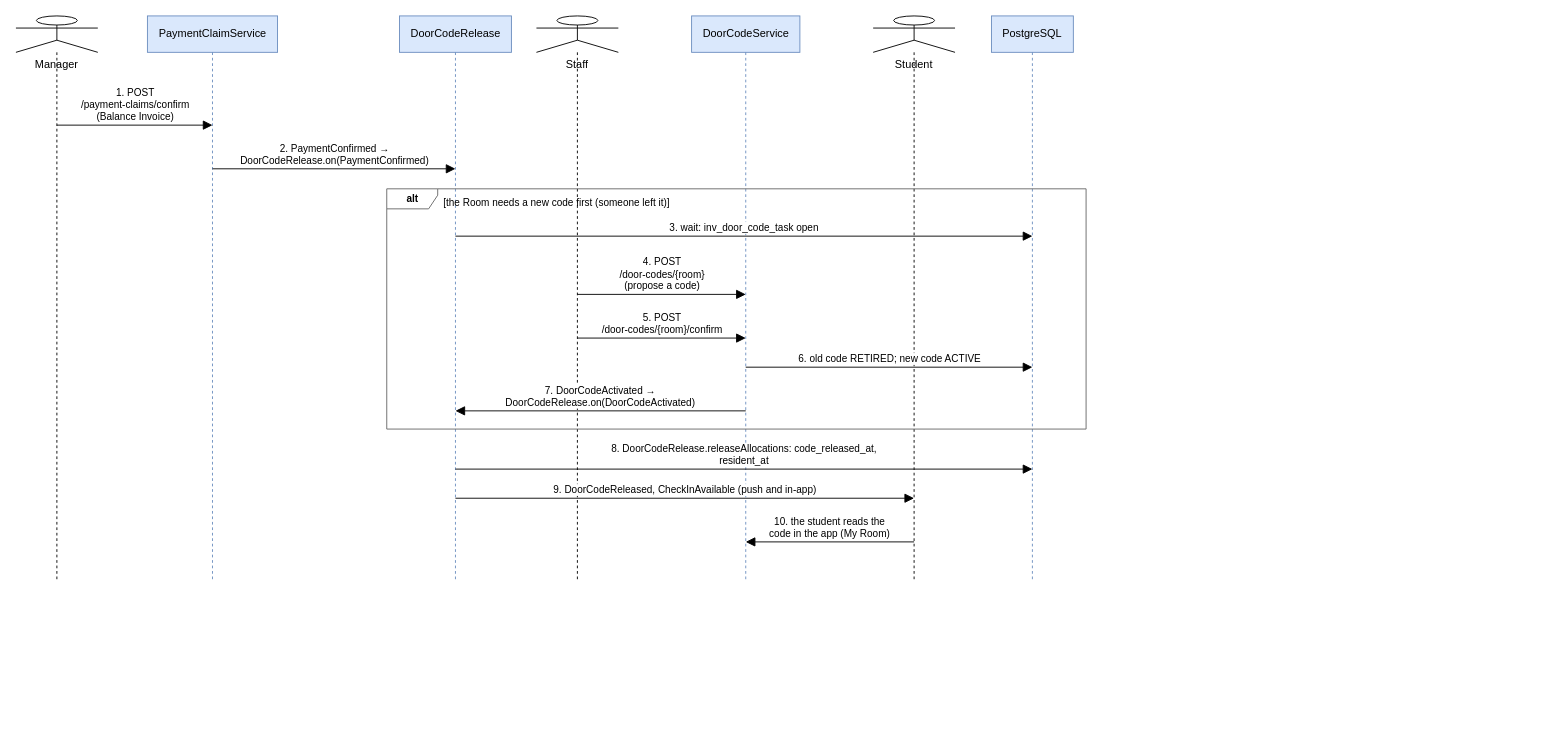
Before: docs/Diagrams/07_Sequence/seq-08-door-code-release.drawio in tisou47/CampusStay-FPT, a draw.io diagram. Source tidied: cells renumbered, new cells numbered last; positions are measured from the earlier drawing's top-left corner, leaving out a move shared by most shapes. Both pictures are drawn from the tidied source at 91%, with x=0, y=0 at pixel (15, 15).
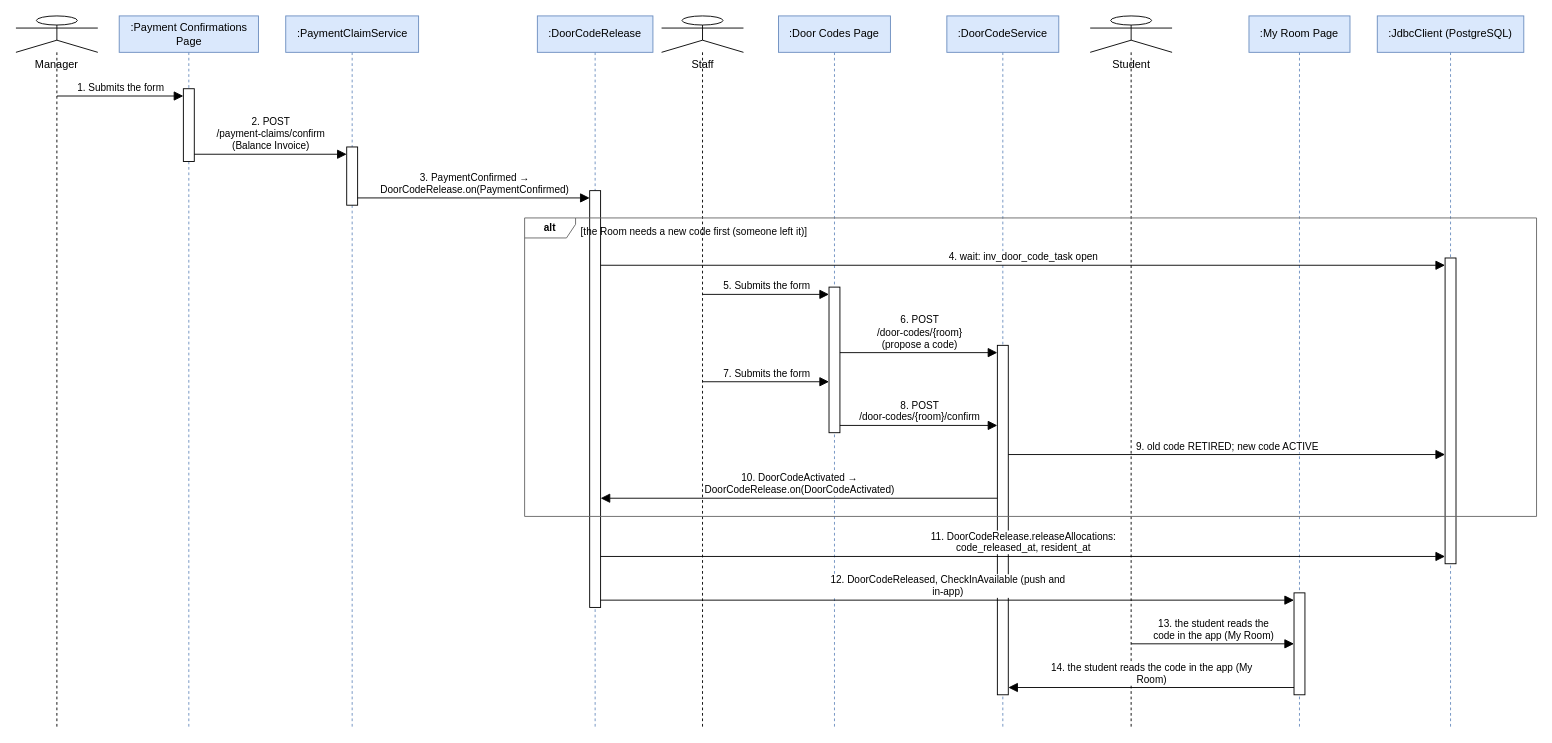
Above is the later version.

Change to the diagram source:
```diff
@@
     <mxCell id="2" value="Manager" style="shape=umlLifeline;participant=umlActor;perimeter=lifelinePerimeter;size=40;verticalAlign=top;spacingTop=40;html=1;whiteSpace=wrap;fontSize=12;fontFamily=Helvetica;" parent="1" vertex="1">
-      <mxGeometry width="90" height="622" as="geometry" />
+      <mxGeometry width="90" height="782" as="geometry" />
     </mxCell>
+    <mxCell id="21" value=":Payment Confirmations&lt;br&gt;Page" style="shape=umlLifeline;perimeter=lifelinePerimeter;size=40;html=1;whiteSpace=wrap;fontSize=12;fontFamily=Helvetica;fillColor=#dae8fc;strokeColor=#6c8ebf;" parent="1" vertex="1">
+      <mxGeometry x="113.5" width="153" height="782" as="geometry" />
+    </mxCell>
-    <mxCell id="3" value="PaymentClaimService" style="shape=umlLifeline;perimeter=lifelinePerimeter;size=40;html=1;whiteSpace=wrap;fontSize=12;fontFamily=Helvetica;fillColor=#dae8fc;strokeColor=#6c8ebf;" parent="1" vertex="1">
-      <mxGeometry x="144.5" width="143" height="622" as="geometry" />
+    <mxCell id="3" value=":PaymentClaimService" style="shape=umlLifeline;perimeter=lifelinePerimeter;size=40;html=1;whiteSpace=wrap;fontSize=12;fontFamily=Helvetica;fillColor=#dae8fc;strokeColor=#6c8ebf;" parent="1" vertex="1">
+      <mxGeometry x="296.5" width="146" height="782" as="geometry" />
     </mxCell>
-    <mxCell id="4" value="DoorCodeRelease" style="shape=umlLifeline;perimeter=lifelinePerimeter;size=40;html=1;whiteSpace=wrap;fontSize=12;fontFamily=Helvetica;fillColor=#dae8fc;strokeColor=#6c8ebf;" parent="1" vertex="1">
-      <mxGeometry x="421.5" width="123" height="622" as="geometry" />
+    <mxCell id="4" value=":DoorCodeRelease" style="shape=umlLifeline;perimeter=lifelinePerimeter;size=40;html=1;whiteSpace=wrap;fontSize=12;fontFamily=Helvetica;fillColor=#dae8fc;strokeColor=#6c8ebf;" parent="1" vertex="1">
+      <mxGeometry x="573" width="127" height="782" as="geometry" />
     </mxCell>
     <mxCell id="5" value="Staff" style="shape=umlLifeline;participant=umlActor;perimeter=lifelinePerimeter;size=40;verticalAlign=top;spacingTop=40;html=1;whiteSpace=wrap;fontSize=12;fontFamily=Helvetica;" parent="1" vertex="1">
-      <mxGeometry x="572" width="90" height="622" as="geometry" />
+      <mxGeometry x="709.5" width="90" height="782" as="geometry" />
     </mxCell>
+    <mxCell id="22" value=":Door Codes Page" style="shape=umlLifeline;perimeter=lifelinePerimeter;size=40;html=1;whiteSpace=wrap;fontSize=12;fontFamily=Helvetica;fillColor=#dae8fc;strokeColor=#6c8ebf;" parent="1" vertex="1">
+      <mxGeometry x="838" width="123" height="782" as="geometry" />
+    </mxCell>
-    <mxCell id="6" value="DoorCodeService" style="shape=umlLifeline;perimeter=lifelinePerimeter;size=40;html=1;whiteSpace=wrap;fontSize=12;fontFamily=Helvetica;fillColor=#dae8fc;strokeColor=#6c8ebf;" parent="1" vertex="1">
-      <mxGeometry x="742.5" width="119" height="622" as="geometry" />
+    <mxCell id="6" value=":DoorCodeService" style="shape=umlLifeline;perimeter=lifelinePerimeter;size=40;html=1;whiteSpace=wrap;fontSize=12;fontFamily=Helvetica;fillColor=#dae8fc;strokeColor=#6c8ebf;" parent="1" vertex="1">
+      <mxGeometry x="1023" width="123" height="782" as="geometry" />
     </mxCell>
     <mxCell id="7" value="Student" style="shape=umlLifeline;participant=umlActor;perimeter=lifelinePerimeter;size=40;verticalAlign=top;spacingTop=40;html=1;whiteSpace=wrap;fontSize=12;fontFamily=Helvetica;" parent="1" vertex="1">
-      <mxGeometry x="942" width="90" height="622" as="geometry" />
+      <mxGeometry x="1180.5" width="90" height="782" as="geometry" />
     </mxCell>
+    <mxCell id="23" value=":My Room Page" style="shape=umlLifeline;perimeter=lifelinePerimeter;size=40;html=1;whiteSpace=wrap;fontSize=12;fontFamily=Helvetica;fillColor=#dae8fc;strokeColor=#6c8ebf;" parent="1" vertex="1">
+      <mxGeometry x="1355" width="111" height="782" as="geometry" />
+    </mxCell>
-    <mxCell id="8" value="PostgreSQL" style="shape=umlLifeline;perimeter=lifelinePerimeter;size=40;html=1;whiteSpace=wrap;fontSize=12;fontFamily=Helvetica;fillColor=#dae8fc;strokeColor=#6c8ebf;" parent="1" vertex="1">
-      <mxGeometry x="1072" width="90" height="622" as="geometry" />
+    <mxCell id="8" value=":JdbcClient (PostgreSQL)" style="shape=umlLifeline;perimeter=lifelinePerimeter;size=40;html=1;whiteSpace=wrap;fontSize=12;fontFamily=Helvetica;fillColor=#dae8fc;strokeColor=#6c8ebf;" parent="1" vertex="1">
+      <mxGeometry x="1496" width="161" height="782" as="geometry" />
     </mxCell>
-    <mxCell id="9" value="1. POST&lt;br&gt;/payment-claims/confirm&lt;br&gt;(Balance Invoice)" style="html=1;rounded=1;fontSize=11;fontFamily=Helvetica;labelBackgroundColor=#ffffff;verticalAlign=bottom;endArrow=block;endFill=1;endSize=8;" parent="1" edge="1">
-      <mxGeometry relative="1" as="geometry">
-        <mxPoint x="45" y="120" as="sourcePoint" />
-        <mxPoint x="216" y="120" as="targetPoint" />
-      </mxGeometry>
+    <mxCell id="9" style="rounded=0;whiteSpace=wrap;html=1;fillColor=#FFFFFF;strokeColor=#000000;" parent="1" vertex="1">
+      <mxGeometry x="184" y="80" width="12" height="80" as="geometry" />
     </mxCell>
-    <mxCell id="10" value="2. PaymentConfirmed →&lt;br&gt;DoorCodeRelease.on(PaymentConfirmed)" style="html=1;rounded=1;fontSize=11;fontFamily=Helvetica;labelBackgroundColor=#ffffff;verticalAlign=bottom;endArrow=block;endFill=1;endSize=8;" parent="1" edge="1">
-      <mxGeometry relative="1" as="geometry">
-        <mxPoint x="216" y="168" as="sourcePoint" />
-        <mxPoint x="483" y="168" as="targetPoint" />
-      </mxGeometry>
+    <mxCell id="10" style="rounded=0;whiteSpace=wrap;html=1;fillColor=#FFFFFF;strokeColor=#000000;" parent="1" vertex="1">
+      <mxGeometry x="363.5" y="144" width="12" height="64" as="geometry" />
     </mxCell>
-    <mxCell id="11" value="3. wait: inv_door_code_task open" style="html=1;rounded=1;fontSize=11;fontFamily=Helvetica;labelBackgroundColor=#ffffff;verticalAlign=bottom;endArrow=block;endFill=1;endSize=8;" parent="1" edge="1">
-      <mxGeometry relative="1" as="geometry">
-        <mxPoint x="483" y="242" as="sourcePoint" />
-        <mxPoint x="1117" y="242" as="targetPoint" />
-      </mxGeometry>
+    <mxCell id="11" style="rounded=0;whiteSpace=wrap;html=1;fillColor=#FFFFFF;strokeColor=#000000;" parent="1" vertex="1">
+      <mxGeometry x="630.5" y="192" width="12" height="458" as="geometry" />
     </mxCell>
-    <mxCell id="12" value="4. POST&lt;br&gt;/door-codes/{room}&lt;br&gt;(propose a code)" style="html=1;rounded=1;fontSize=11;fontFamily=Helvetica;labelBackgroundColor=#ffffff;verticalAlign=bottom;endArrow=block;endFill=1;endSize=8;" parent="1" edge="1">
-      <mxGeometry relative="1" as="geometry">
-        <mxPoint x="617" y="306" as="sourcePoint" />
-        <mxPoint x="802" y="306" as="targetPoint" />
-      </mxGeometry>
+    <mxCell id="12" style="rounded=0;whiteSpace=wrap;html=1;fillColor=#FFFFFF;strokeColor=#000000;" parent="1" vertex="1">
+      <mxGeometry x="1570.5" y="266" width="12" height="336" as="geometry" />
     </mxCell>
-    <mxCell id="13" value="5. POST&lt;br&gt;/door-codes/{room}/confirm" style="html=1;rounded=1;fontSize=11;fontFamily=Helvetica;labelBackgroundColor=#ffffff;verticalAlign=bottom;endArrow=block;endFill=1;endSize=8;" parent="1" edge="1">
-      <mxGeometry relative="1" as="geometry">
-        <mxPoint x="617" y="354" as="sourcePoint" />
-        <mxPoint x="802" y="354" as="targetPoint" />
-      </mxGeometry>
+    <mxCell id="13" style="rounded=0;whiteSpace=wrap;html=1;fillColor=#FFFFFF;strokeColor=#000000;" parent="1" vertex="1">
+      <mxGeometry x="893.5" y="298" width="12" height="160" as="geometry" />
     </mxCell>
-    <mxCell id="14" value="6. old code RETIRED; new code ACTIVE" style="html=1;rounded=1;fontSize=11;fontFamily=Helvetica;labelBackgroundColor=#ffffff;verticalAlign=bottom;endArrow=block;endFill=1;endSize=8;" parent="1" edge="1">
-      <mxGeometry relative="1" as="geometry">
-        <mxPoint x="802" y="386" as="sourcePoint" />
-        <mxPoint x="1117" y="386" as="targetPoint" />
-      </mxGeometry>
+    <mxCell id="14" style="rounded=0;whiteSpace=wrap;html=1;fillColor=#FFFFFF;strokeColor=#000000;" parent="1" vertex="1">
+      <mxGeometry x="1078.5" y="362" width="12" height="384" as="geometry" />
     </mxCell>
-    <mxCell id="15" value="7. DoorCodeActivated →&lt;br&gt;DoorCodeRelease.on(DoorCodeActivated)" style="html=1;rounded=1;fontSize=11;fontFamily=Helvetica;labelBackgroundColor=#ffffff;verticalAlign=bottom;endArrow=block;endFill=1;endSize=8;" parent="1" edge="1">
-      <mxGeometry relative="1" as="geometry">
-        <mxPoint x="802" y="434" as="sourcePoint" />
-        <mxPoint x="483" y="434" as="targetPoint" />
-      </mxGeometry>
+    <mxCell id="15" style="rounded=0;whiteSpace=wrap;html=1;fillColor=#FFFFFF;strokeColor=#000000;" parent="1" vertex="1">
+      <mxGeometry x="1404.5" y="634" width="12" height="112" as="geometry" />
     </mxCell>
-    <mxCell id="16" value="alt" style="shape=umlFrame;whiteSpace=wrap;html=1;width=56;height=22;fontSize=11;fontStyle=1;fillColor=none;strokeColor=#666666;" parent="1" vertex="1">
-      <mxGeometry x="407.5" y="190" width="768.5" height="264" as="geometry" />
+    <mxCell id="16" value="1. Submits the form" style="html=1;rounded=1;fontSize=11;fontFamily=Helvetica;labelBackgroundColor=#ffffff;verticalAlign=bottom;endArrow=block;endFill=1;endSize=8;" parent="1" edge="1">
+      <mxGeometry relative="1" as="geometry">
+        <mxPoint x="45" y="88" as="sourcePoint" />
+        <mxPoint x="184" y="88" as="targetPoint" />
+      </mxGeometry>
     </mxCell>
-    <mxCell id="17" value="[the Room needs a new code first (someone left it)]" style="text;html=1;whiteSpace=wrap;fontSize=12;fontFamily=Helvetica;align=left;verticalAlign=top;fillColor=none;strokeColor=none;fontSize=11;" parent="1" vertex="1">
-      <mxGeometry x="467.5" y="192" width="294.8" height="20" as="geometry" />
+    <mxCell id="17" value="2. POST&lt;br&gt;/payment-claims/confirm&lt;br&gt;(Balance Invoice)" style="html=1;rounded=1;fontSize=11;fontFamily=Helvetica;labelBackgroundColor=#ffffff;verticalAlign=bottom;endArrow=block;endFill=1;endSize=8;" parent="1" edge="1">
+      <mxGeometry relative="1" as="geometry">
+        <mxPoint x="196" y="152" as="sourcePoint" />
+        <mxPoint x="363.5" y="152" as="targetPoint" />
+      </mxGeometry>
     </mxCell>
-    <mxCell id="18" value="8. DoorCodeRelease.releaseAllocations: code_released_at,&lt;br&gt;resident_at" style="html=1;rounded=1;fontSize=11;fontFamily=Helvetica;labelBackgroundColor=#ffffff;verticalAlign=bottom;endArrow=block;endFill=1;endSize=8;" parent="1" edge="1">
+    <mxCell id="18" value="3. PaymentConfirmed →&lt;br&gt;DoorCodeRelease.on(PaymentConfirmed)" style="html=1;rounded=1;fontSize=11;fontFamily=Helvetica;labelBackgroundColor=#ffffff;verticalAlign=bottom;endArrow=block;endFill=1;endSize=8;" parent="1" edge="1">
       <mxGeometry relative="1" as="geometry">
-        <mxPoint x="483" y="498" as="sourcePoint" />
-        <mxPoint x="1117" y="498" as="targetPoint" />
+        <mxPoint x="375.5" y="200" as="sourcePoint" />
+        <mxPoint x="630.5" y="200" as="targetPoint" />
       </mxGeometry>
     </mxCell>
-    <mxCell id="19" value="9. DoorCodeReleased, CheckInAvailable (push and in-app)" style="html=1;rounded=1;fontSize=11;fontFamily=Helvetica;labelBackgroundColor=#ffffff;verticalAlign=bottom;endArrow=block;endFill=1;endSize=8;" parent="1" edge="1">
+    <mxCell id="19" value="4. wait: inv_door_code_task open" style="html=1;rounded=1;fontSize=11;fontFamily=Helvetica;labelBackgroundColor=#ffffff;verticalAlign=bottom;endArrow=block;endFill=1;endSize=8;" parent="1" edge="1">
       <mxGeometry relative="1" as="geometry">
-        <mxPoint x="483" y="530" as="sourcePoint" />
-        <mxPoint x="987" y="530" as="targetPoint" />
+        <mxPoint x="642.5" y="274" as="sourcePoint" />
+        <mxPoint x="1570.5" y="274" as="targetPoint" />
       </mxGeometry>
     </mxCell>
-    <mxCell id="20" value="10. the student reads the&lt;br&gt;code in the app (My Room)" style="html=1;rounded=1;fontSize=11;fontFamily=Helvetica;labelBackgroundColor=#ffffff;verticalAlign=bottom;endArrow=block;endFill=1;endSize=8;" parent="1" edge="1">
+    <mxCell id="20" value="5. Submits the form" style="html=1;rounded=1;fontSize=11;fontFamily=Helvetica;labelBackgroundColor=#ffffff;verticalAlign=bottom;endArrow=block;endFill=1;endSize=8;" parent="1" edge="1">
       <mxGeometry relative="1" as="geometry">
-        <mxPoint x="987" y="578" as="sourcePoint" />
-        <mxPoint x="802" y="578" as="targetPoint" />
+        <mxPoint x="754.5" y="306" as="sourcePoint" />
+        <mxPoint x="893.5" y="306" as="targetPoint" />
       </mxGeometry>
     </mxCell>
+    <mxCell id="24" value="6. POST&lt;br&gt;/door-codes/{room}&lt;br&gt;(propose a code)" style="html=1;rounded=1;fontSize=11;fontFamily=Helvetica;labelBackgroundColor=#ffffff;verticalAlign=bottom;endArrow=block;endFill=1;endSize=8;" parent="1" edge="1">
+      <mxGeometry relative="1" as="geometry">
+        <mxPoint x="905.5" y="370" as="sourcePoint" />
+        <mxPoint x="1078.5" y="370" as="targetPoint" />
+      </mxGeometry>
+    </mxCell>
+    <mxCell id="25" value="7. Submits the form" style="html=1;rounded=1;fontSize=11;fontFamily=Helvetica;labelBackgroundColor=#ffffff;verticalAlign=bottom;endArrow=block;endFill=1;endSize=8;" parent="1" edge="1">
+      <mxGeometry relative="1" as="geometry">
+        <mxPoint x="754.5" y="402" as="sourcePoint" />
+        <mxPoint x="893.5" y="402" as="targetPoint" />
+      </mxGeometry>
+    </mxCell>
+    <mxCell id="26" value="8. POST&lt;br&gt;/door-codes/{room}/confirm" style="html=1;rounded=1;fontSize=11;fontFamily=Helvetica;labelBackgroundColor=#ffffff;verticalAlign=bottom;endArrow=block;endFill=1;endSize=8;" parent="1" edge="1">
+      <mxGeometry relative="1" as="geometry">
+        <mxPoint x="905.5" y="450" as="sourcePoint" />
+        <mxPoint x="1078.5" y="450" as="targetPoint" />
+      </mxGeometry>
+    </mxCell>
+    <mxCell id="27" value="9. old code RETIRED; new code ACTIVE" style="html=1;rounded=1;fontSize=11;fontFamily=Helvetica;labelBackgroundColor=#ffffff;verticalAlign=bottom;endArrow=block;endFill=1;endSize=8;" parent="1" edge="1">
+      <mxGeometry relative="1" as="geometry">
+        <mxPoint x="1090.5" y="482" as="sourcePoint" />
+        <mxPoint x="1570.5" y="482" as="targetPoint" />
+      </mxGeometry>
+    </mxCell>
+    <mxCell id="28" value="10. DoorCodeActivated →&lt;br&gt;DoorCodeRelease.on(DoorCodeActivated)" style="html=1;rounded=1;fontSize=11;fontFamily=Helvetica;labelBackgroundColor=#ffffff;verticalAlign=bottom;endArrow=block;endFill=1;endSize=8;" parent="1" edge="1">
+      <mxGeometry relative="1" as="geometry">
+        <mxPoint x="1078.5" y="530" as="sourcePoint" />
+        <mxPoint x="642.5" y="530" as="targetPoint" />
+      </mxGeometry>
+    </mxCell>
+    <mxCell id="29" value="alt" style="shape=umlFrame;whiteSpace=wrap;html=1;width=56;height=22;fontSize=11;fontStyle=1;fillColor=none;strokeColor=#666666;" parent="1" vertex="1">
+      <mxGeometry x="559" y="222" width="1112" height="328" as="geometry" />
+    </mxCell>
+    <mxCell id="30" value="[the Room needs a new code first (someone left it)]" style="text;html=1;whiteSpace=wrap;fontSize=12;fontFamily=Helvetica;align=left;verticalAlign=top;fillColor=none;strokeColor=none;fontSize=11;" parent="1" vertex="1">
+      <mxGeometry x="619" y="224" width="294.8" height="20" as="geometry" />
+    </mxCell>
+    <mxCell id="31" value="11. DoorCodeRelease.releaseAllocations:&lt;br&gt;code_released_at, resident_at" style="html=1;rounded=1;fontSize=11;fontFamily=Helvetica;labelBackgroundColor=#ffffff;verticalAlign=bottom;endArrow=block;endFill=1;endSize=8;" parent="1" edge="1">
+      <mxGeometry relative="1" as="geometry">
+        <mxPoint x="642.5" y="594" as="sourcePoint" />
+        <mxPoint x="1570.5" y="594" as="targetPoint" />
+      </mxGeometry>
+    </mxCell>
+    <mxCell id="32" value="12. DoorCodeReleased, CheckInAvailable (push and&lt;br&gt;in-app)" style="html=1;rounded=1;fontSize=11;fontFamily=Helvetica;labelBackgroundColor=#ffffff;verticalAlign=bottom;endArrow=block;endFill=1;endSize=8;" parent="1" edge="1">
+      <mxGeometry relative="1" as="geometry">
+        <mxPoint x="642.5" y="642" as="sourcePoint" />
+        <mxPoint x="1404.5" y="642" as="targetPoint" />
+      </mxGeometry>
+    </mxCell>
+    <mxCell id="33" value="13. the student reads the&lt;br&gt;code in the app (My Room)" style="html=1;rounded=1;fontSize=11;fontFamily=Helvetica;labelBackgroundColor=#ffffff;verticalAlign=bottom;endArrow=block;endFill=1;endSize=8;" parent="1" edge="1">
+      <mxGeometry relative="1" as="geometry">
+        <mxPoint x="1225.5" y="690" as="sourcePoint" />
+        <mxPoint x="1404.5" y="690" as="targetPoint" />
+      </mxGeometry>
+    </mxCell>
+    <mxCell id="34" value="14. the student reads the code in the app (My&lt;br&gt;Room)" style="html=1;rounded=1;fontSize=11;fontFamily=Helvetica;labelBackgroundColor=#ffffff;verticalAlign=bottom;endArrow=block;endFill=1;endSize=8;" parent="1" edge="1">
+      <mxGeometry relative="1" as="geometry">
+        <mxPoint x="1404.5" y="738" as="sourcePoint" />
+        <mxPoint x="1090.5" y="738" as="targetPoint" />
+      </mxGeometry>
+    </mxCell>
```
